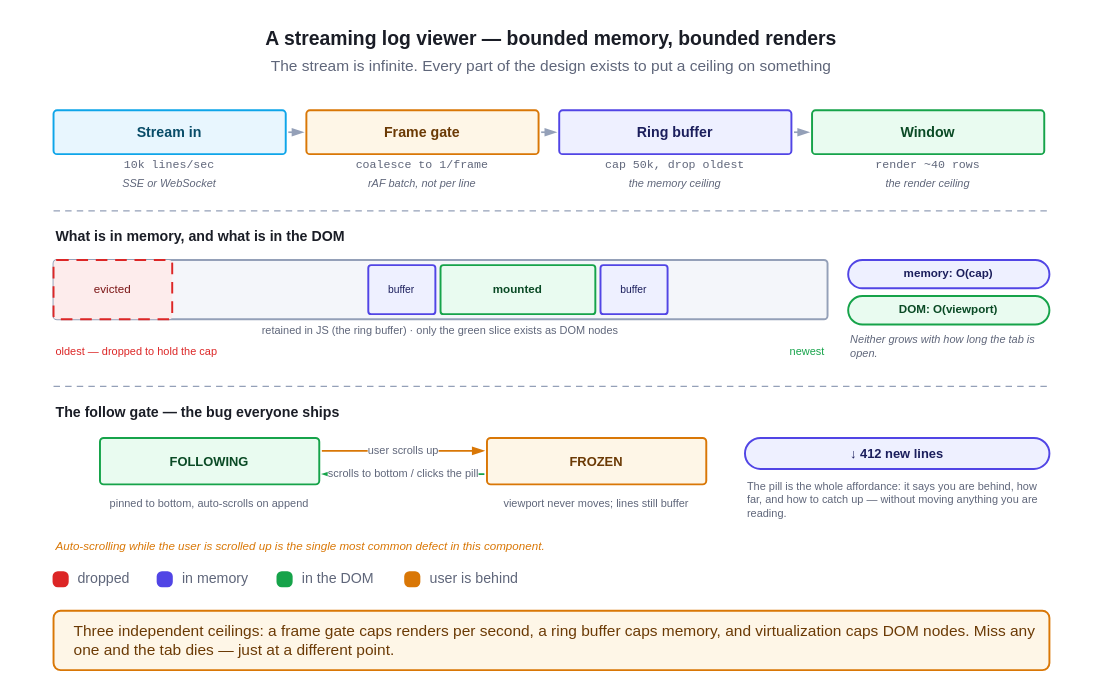
abstrekt/FrontendVerse keeps this draw.io diagram as diagrams/sysdesign/log-viewer.drawio. Above is the earlier version. Source tidied: cells renumbered, new cells numbered last; positions are measured from the earlier drawing's top-left corner, leaving out a move shared by most shapes. Both pictures are drawn from the tidied source at 129%, with x=0, y=0 at pixel (22, 22).
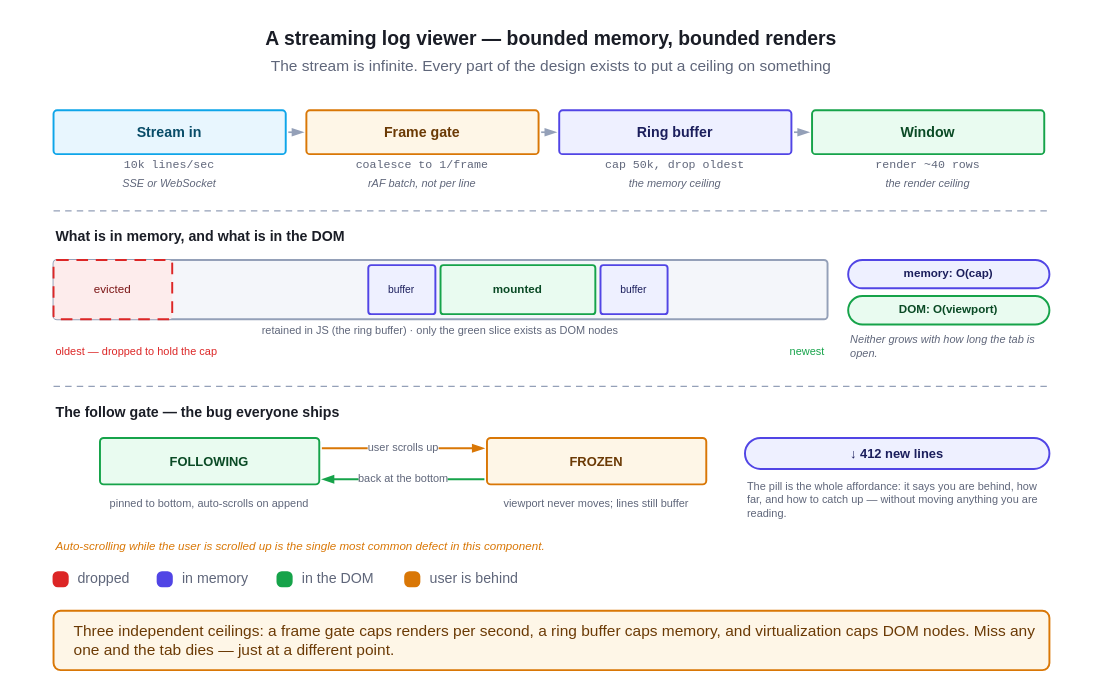
The same diagram, later.

What changed in the source:
```diff
@@
     <mxCell id="38" value="user scrolls up" style="edgeStyle=none;rounded=0;html=1;strokeColor=#D97706;strokeWidth=1.4;startArrow=none;startFill=0;endArrow=blockThin;endFill=1;fontSize=8.5;fontColor=#5F667A;fontFamily=Helvetica;labelBackgroundColor=#FFFFFF;" parent="1" edge="1">
       <mxGeometry relative="1" as="geometry">
-        <mxPoint x="232" y="332" as="sourcePoint" />
-        <mxPoint x="358" y="332" as="targetPoint" />
+        <mxPoint x="232" y="330" as="sourcePoint" />
+        <mxPoint x="358" y="330" as="targetPoint" />
       </mxGeometry>
     </mxCell>
-    <mxCell id="39" value="scrolls to bottom / clicks the pill" style="edgeStyle=none;rounded=0;html=1;strokeColor=#16A34A;strokeWidth=1.4;startArrow=none;startFill=0;endArrow=blockThin;endFill=1;fontSize=8.5;fontColor=#5F667A;fontFamily=Helvetica;labelBackgroundColor=#FFFFFF;" parent="1" edge="1">
+    <mxCell id="39" value="back at the bottom" style="edgeStyle=none;rounded=0;html=1;strokeColor=#16A34A;strokeWidth=1.4;startArrow=none;startFill=0;endArrow=blockThin;endFill=1;fontSize=8.5;fontColor=#5F667A;fontFamily=Helvetica;labelBackgroundColor=#FFFFFF;" parent="1" edge="1">
       <mxGeometry relative="1" as="geometry">
-        <mxPoint x="358" y="350" as="sourcePoint" />
-        <mxPoint x="232" y="350" as="targetPoint" />
+        <mxPoint x="358" y="354" as="sourcePoint" />
+        <mxPoint x="232" y="354" as="targetPoint" />
       </mxGeometry>
     </mxCell>
```
